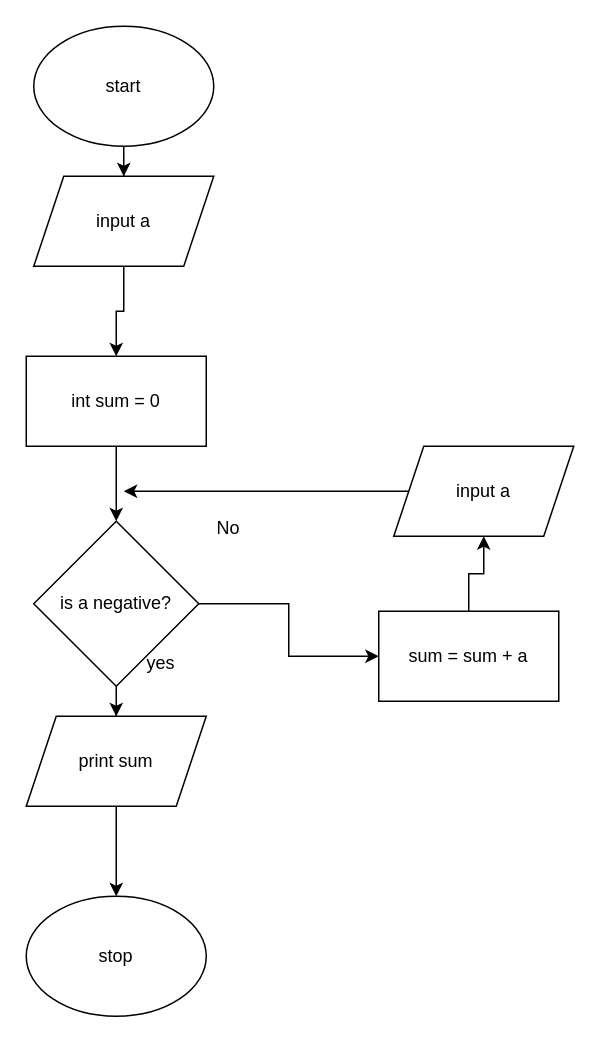
Above: Untitled Diagram.drawio in githubarj/Flowchart (draw.io), before the change. Source tidied: cells renumbered, new cells numbered last; positions are measured from the earlier drawing's top-left corner, leaving out a move shared by most shapes. Both pictures are drawn from the tidied source at 150%, with x=0, y=0 at pixel (26, 26).
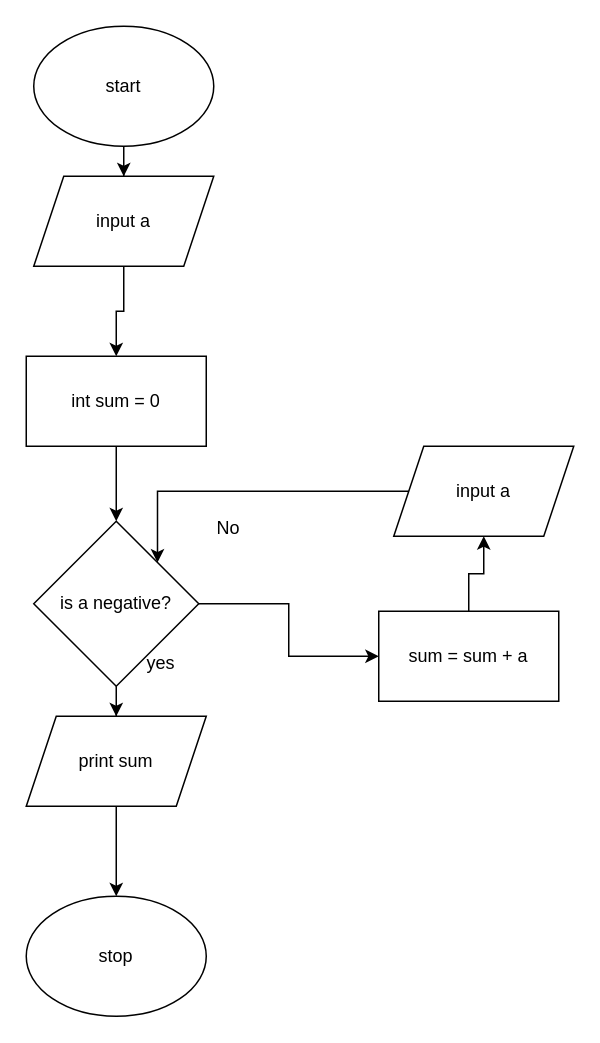
Above is the later version.

Unchanged cells that the change refers to:
```xml
<mxCell id="8" value="is a negative?" style="rhombus;whiteSpace=wrap;html=1;" parent="1" vertex="1">
  <mxGeometry x="5" y="330" width="110" height="110" as="geometry" />
</mxCell>
<mxCell id="18" value="input a" style="shape=parallelogram;perimeter=parallelogramPerimeter;whiteSpace=wrap;html=1;fixedSize=1;" parent="1" vertex="1">
  <mxGeometry x="245" y="280" width="120" height="60" as="geometry" />
</mxCell>
```

Change to the diagram source:
```diff
@@
-    <mxCell id="17" style="edgeStyle=orthogonalEdgeStyle;rounded=0;jettySize=auto;html=1;exitX=0;exitY=0.5;exitDx=0;exitDy=0;" parent="1" edge="1" source="18">
+    <mxCell id="17" style="edgeStyle=orthogonalEdgeStyle;rounded=0;jettySize=auto;html=1;exitX=0;exitY=0.5;exitDx=0;exitDy=0;entryX=1;entryY=0;entryDx=0;entryDy=0;" parent="1" edge="1" source="18" target="8">
       <mxGeometry relative="1" as="geometry">
-        <mxPoint x="65" y="310" as="targetPoint" />
+        <Array as="points">
+          <mxPoint x="88" y="310" />
+        </Array>
       </mxGeometry>
     </mxCell>
```
